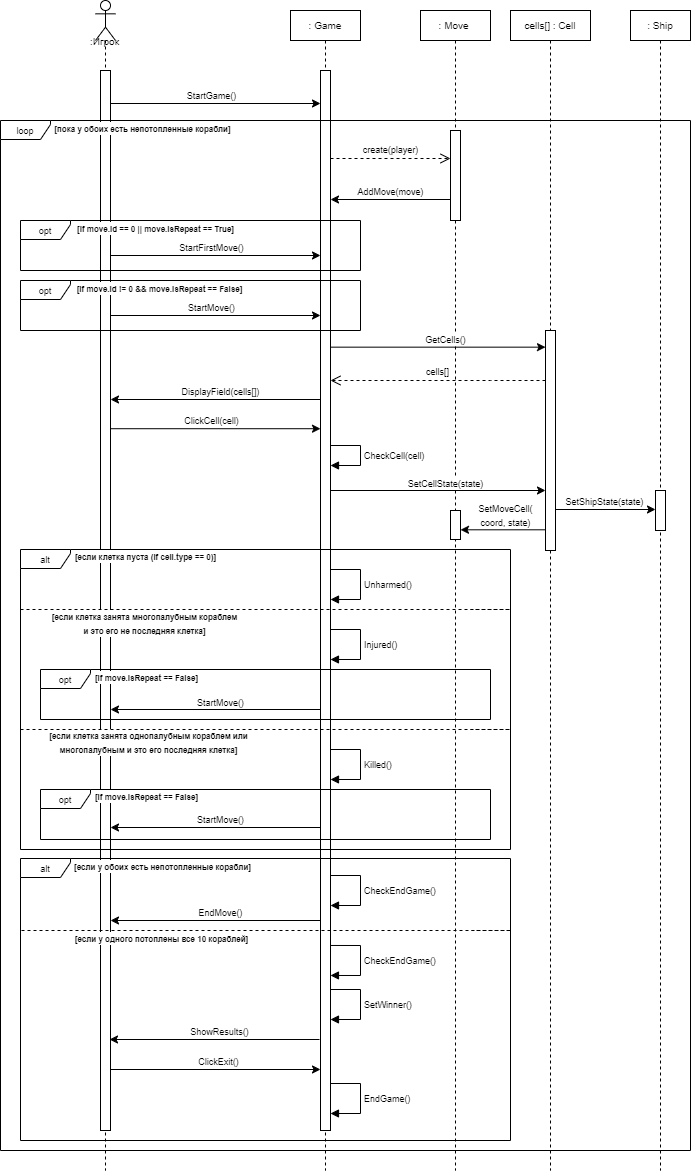
Before: images/lab4_4.png, a diagram exported from draw.io (katefomkina/sea-battle). Source tidied: cells renumbered, new cells last; positions are measured from the earlier drawing's top-left corner, leaving out a move shared by most shapes.
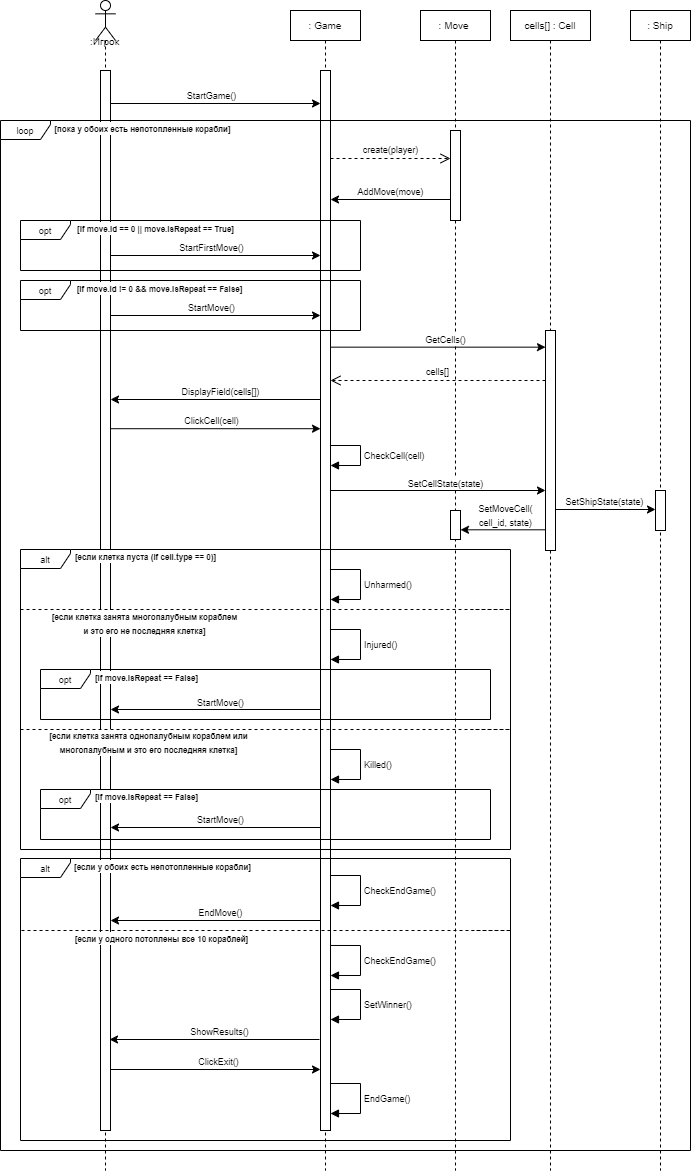
After the commit.

Diff of the diagram source:
```diff
@@ -377,7 +377,7 @@
         <mxPoint x="460" y="529.3" as="targetPoint" />
       </mxGeometry>
     </mxCell>
-    <mxCell id="73" value="&lt;span style=&quot;font-size: 9px;&quot;&gt;SetMoveCell(&lt;/span&gt;&lt;div&gt;&lt;span style=&quot;font-size: 9px;&quot;&gt;coord, state)&lt;/span&gt;&lt;/div&gt;" style="edgeLabel;html=1;align=center;verticalAlign=middle;" parent="72" vertex="1">
+    <mxCell id="73" value="&lt;span style=&quot;font-size: 9px;&quot;&gt;SetMoveCell(&lt;/span&gt;&lt;div&gt;&lt;span style=&quot;font-size: 9px;&quot;&gt;cell_id, state)&lt;/span&gt;&lt;/div&gt;" style="edgeLabel;html=1;align=center;verticalAlign=middle;" parent="72" vertex="1">
       <mxGeometry x="-0.11" relative="1" as="geometry">
         <mxPoint x="-3" y="-15" as="offset" />
       </mxGeometry>
```
